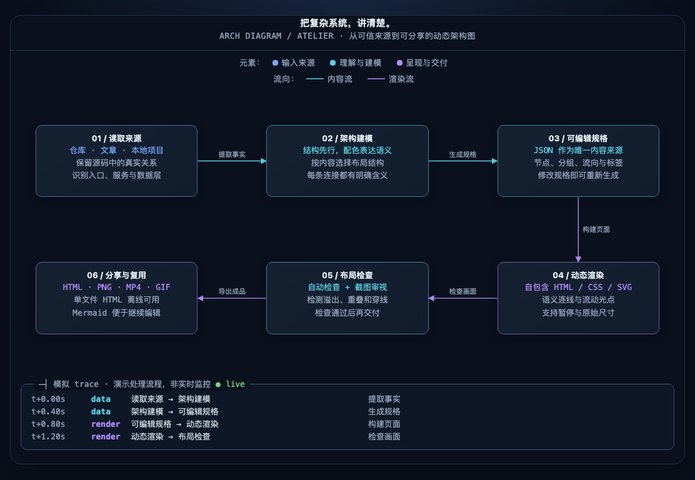
Earlier version of the Mermaid export docs/atelier.png (yuezheng2006/arch-diagram-skill). Its source is kept beside it as docs/atelier.mmd. The source it was exported from:
```mermaid
flowchart LR
  source["<b>01 / 读取来源</b><br/>仓库 · 文章 · 本地项目<br/>保留源码中的真实关系<br/>识别入口、服务与数据层"]:::input
  model["<b>02 / 架构建模</b><br/>结构先行，配色表达语义<br/>按内容选择布局结构<br/>每条连接都有明确含义"]:::core
  schema["<b>03 / 可编辑规格</b><br/>JSON 作为唯一内容来源<br/>节点、分组、流向与标签<br/>修改规格即可重新生成"]:::core
  deliver["<b>06 / 分享与复用</b><br/>HTML · PNG · MP4 · GIF<br/>单文件 HTML 离线可用<br/>Mermaid 便于继续编辑"]:::output
  check["<b>05 / 布局检查</b><br/>自动检查 + 截图审视<br/>检测溢出、重叠和穿线<br/>检查通过后再交付"]:::core
  engine["<b>04 / 动态渲染</b><br/>自包含 HTML / CSS / SVG<br/>语义连线与流动光点<br/>支持暂停与原始尺寸"]:::output
  source -->|"提取事实"| model
  model -->|"生成规格"| schema
  schema -->|"构建页面"| engine
  engine -->|"检查画面"| check
  check -->|"导出成品"| deliver
  linkStyle 0 stroke:#5ad1e6,stroke-width:1.5px
  linkStyle 1 stroke:#5ad1e6,stroke-width:1.5px
  linkStyle 2 stroke:#b48cff,stroke-width:1.5px
  linkStyle 3 stroke:#b48cff,stroke-width:1.5px
  linkStyle 4 stroke:#b48cff,stroke-width:1.5px
  classDef input fill:#0e141b,stroke:#79a8ff,color:#c9d1d9
  classDef core fill:#0e141b,stroke:#5ad1e6,color:#c9d1d9
  classDef output fill:#0e141b,stroke:#b48cff,color:#c9d1d9
  classDef none fill:#0e141b,stroke:#3a4450,color:#c9d1d9
```
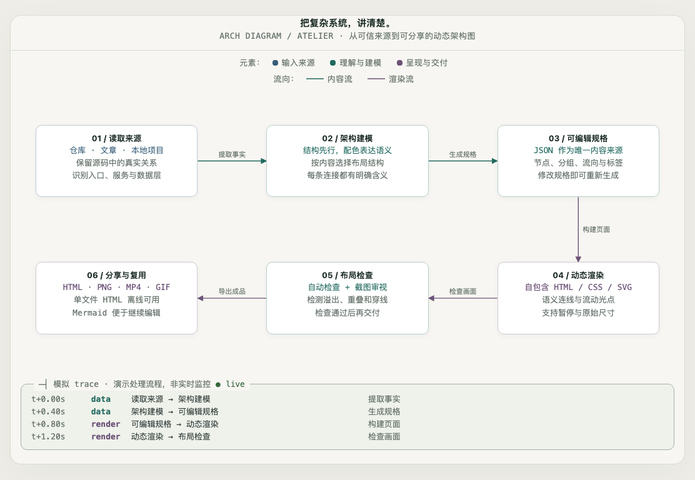
Later version of the same file.

Change to the diagram source:
```diff
@@ -10,12 +10,12 @@
   schema -->|"构建页面"| engine
   engine -->|"检查画面"| check
   check -->|"导出成品"| deliver
-  linkStyle 0 stroke:#5ad1e6,stroke-width:1.5px
-  linkStyle 1 stroke:#5ad1e6,stroke-width:1.5px
-  linkStyle 2 stroke:#b48cff,stroke-width:1.5px
-  linkStyle 3 stroke:#b48cff,stroke-width:1.5px
-  linkStyle 4 stroke:#b48cff,stroke-width:1.5px
-  classDef input fill:#0e141b,stroke:#79a8ff,color:#c9d1d9
-  classDef core fill:#0e141b,stroke:#5ad1e6,color:#c9d1d9
-  classDef output fill:#0e141b,stroke:#b48cff,color:#c9d1d9
-  classDef none fill:#0e141b,stroke:#3a4450,color:#c9d1d9
+  linkStyle 0 stroke:#21695f,stroke-width:1.5px
+  linkStyle 1 stroke:#21695f,stroke-width:1.5px
+  linkStyle 2 stroke:#6c5277,stroke-width:1.5px
+  linkStyle 3 stroke:#6c5277,stroke-width:1.5px
+  linkStyle 4 stroke:#6c5277,stroke-width:1.5px
+  classDef input fill:#ffffff,stroke:#365d78,color:#303b38
+  classDef core fill:#ffffff,stroke:#21695f,color:#303b38
+  classDef output fill:#ffffff,stroke:#6c5277,color:#303b38
+  classDef none fill:#ffffff,stroke:#a7b0a7,color:#303b38
```
